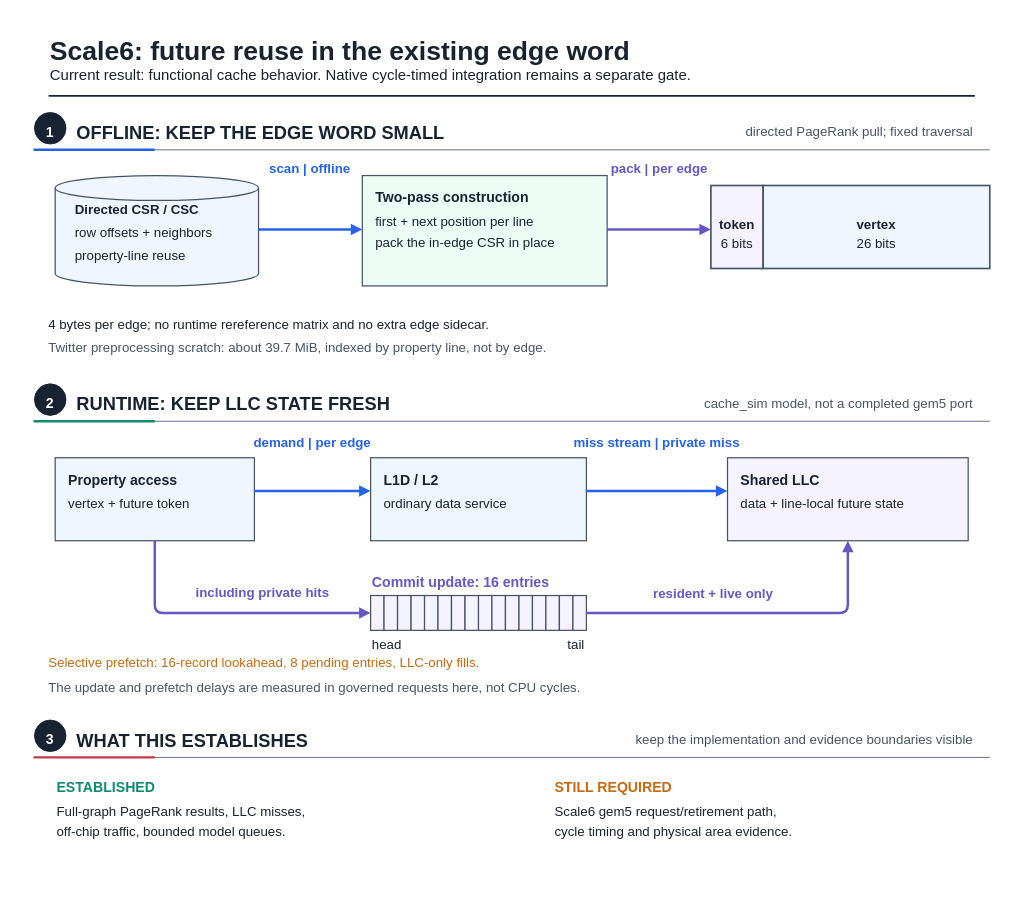
Earlier version of the draw.io diagram fig/wiki_src/home/home-f01-system-overview.drawio (UVA-LavaLab/ECG_GrAPL). Source tidied: cells renumbered, new cells numbered last; positions are measured from the earlier drawing's top-left corner, leaving out a move shared by most shapes. Both pictures are drawn from the tidied source at 83%, with x=0, y=0 at pixel (13, 13).
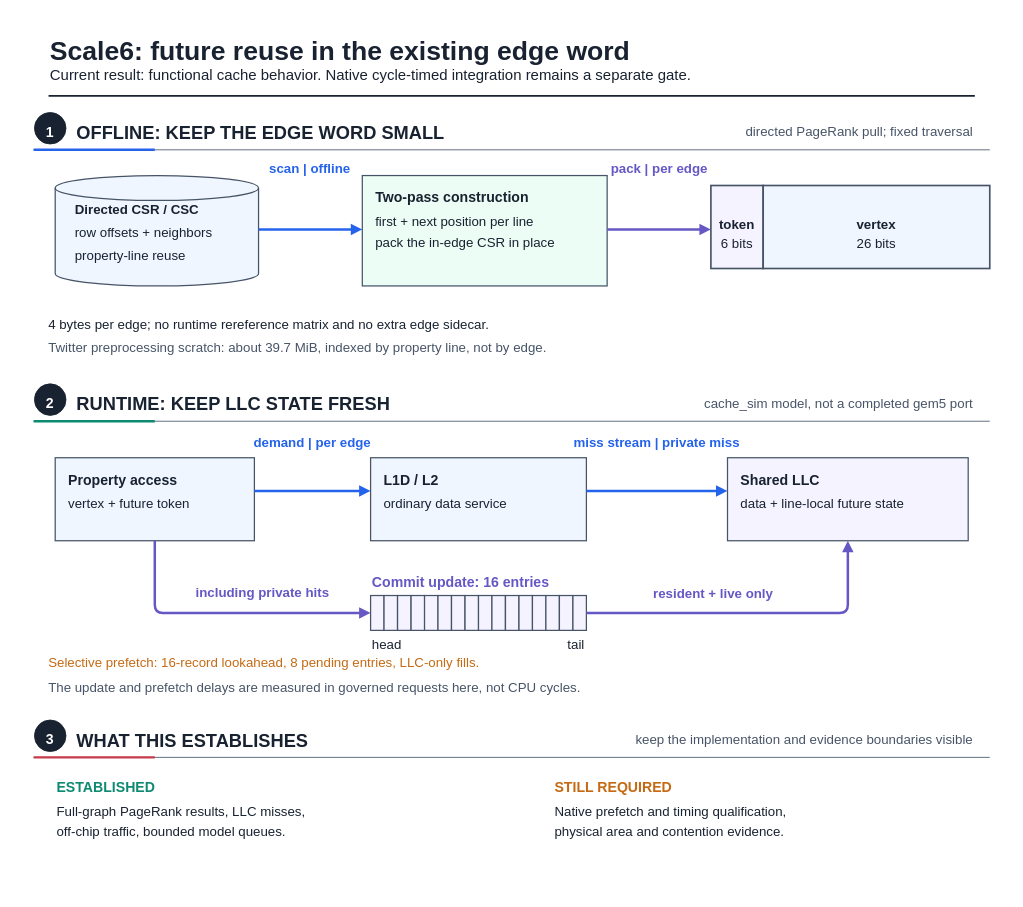
The same page after the edit.

Diff of the diagram source:
```diff
@@
-    <mxCell id="86" value="Scale6 gem5 request/retirement path," style="text;html=0;strokeColor=none;fillColor=none;align=left;verticalAlign=middle;fontFamily=Liberation Sans;fontSize=16;fontColor=#182230;fontStyle=0;" parent="1" vertex="1">
-      <mxGeometry x="650" y="949.2" width="305.3" height="22.4" as="geometry" />
+    <mxCell id="86" value="Native prefetch and timing qualification," style="text;html=0;strokeColor=none;fillColor=none;align=left;verticalAlign=middle;fontFamily=Liberation Sans;fontSize=16;fontColor=#182230;fontStyle=0;" parent="1" vertex="1">
+      <mxGeometry x="650" y="949.2" width="347.7" height="22.4" as="geometry" />
     </mxCell>
-    <mxCell id="87" value="cycle timing and physical area evidence." style="text;html=0;strokeColor=none;fillColor=none;align=left;verticalAlign=middle;fontFamily=Liberation Sans;fontSize=16;fontColor=#182230;fontStyle=0;" parent="1" vertex="1">
-      <mxGeometry x="650" y="973.2" width="339.2" height="22.4" as="geometry" />
+    <mxCell id="87" value="physical area and contention evidence." style="text;html=0;strokeColor=none;fillColor=none;align=left;verticalAlign=middle;fontFamily=Liberation Sans;fontSize=16;fontColor=#182230;fontStyle=0;" parent="1" vertex="1">
+      <mxGeometry x="650" y="973.2" width="322.2" height="22.4" as="geometry" />
     </mxCell>
```
